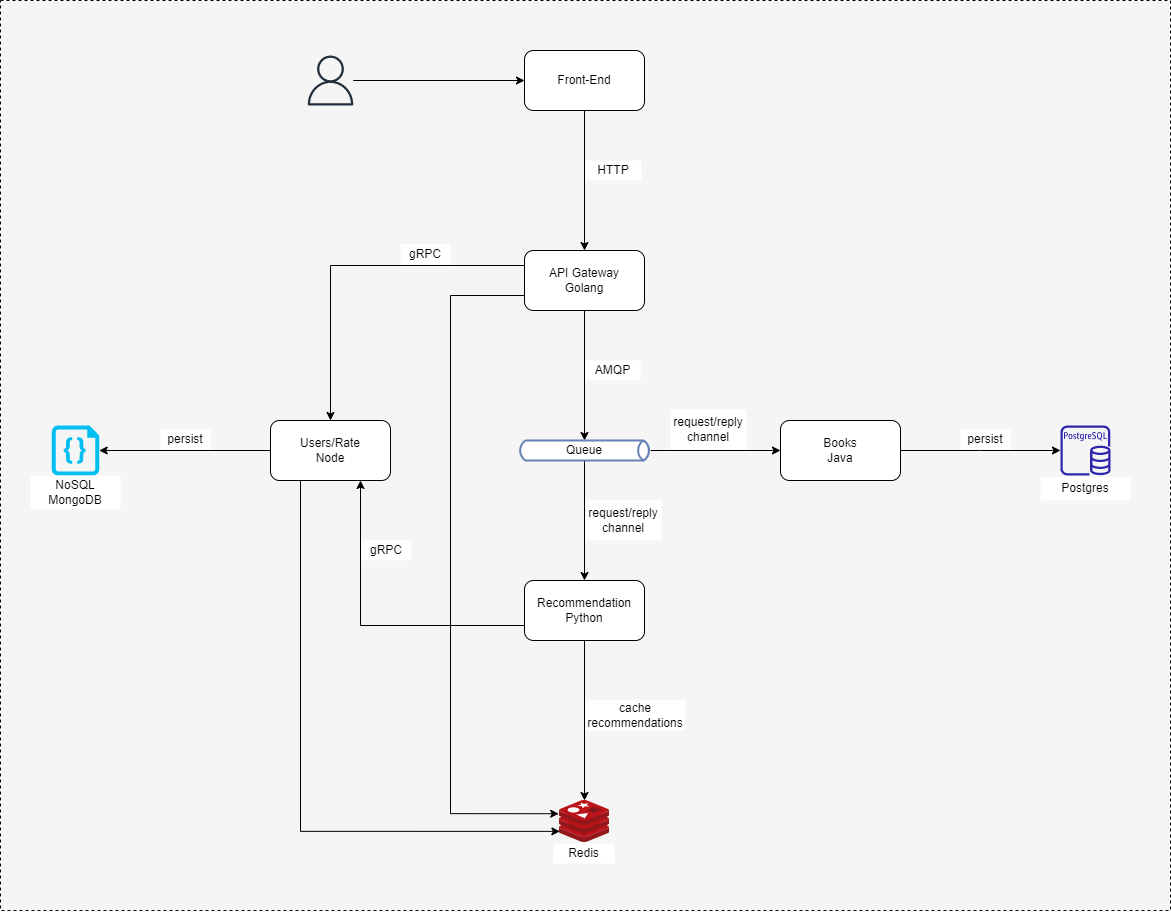
juliocesarscheidt/book-recommendations-v2 keeps this draw.io diagram as architecture/book-recommendations.drawio.png. Above is the earlier version. Source tidied: cells renumbered, new cells last; positions are measured from the earlier drawing's top-left corner, leaving out a move shared by most shapes. Source of this version:
```xml
<mxGraphModel>
  <root>
    <mxCell id="0" />
    <mxCell id="1" parent="0" />
    <mxCell id="2" style="rounded=0;whiteSpace=wrap;html=1;fillColor=#f5f5f5;fontColor=#333333;strokeColor=#000000;dashed=1;" parent="1" vertex="1">
      <mxGeometry width="1170" height="910" as="geometry" />
    </mxCell>
    <mxCell id="3" style="edgeStyle=orthogonalEdgeStyle;rounded=0;jettySize=auto;html=1;entryX=0.5;entryY=0;entryDx=0;entryDy=0;exitX=0;exitY=0.25;exitDx=0;exitDy=0;" parent="1" edge="1" source="6" target="9">
      <mxGeometry relative="1" as="geometry">
        <Array as="points">
          <mxPoint x="330" y="265" />
        </Array>
      </mxGeometry>
    </mxCell>
    <mxCell id="4" style="edgeStyle=orthogonalEdgeStyle;rounded=0;jettySize=auto;html=1;entryX=0.5;entryY=0;entryDx=0;entryDy=0;" parent="1" edge="1" source="6" target="18">
      <mxGeometry relative="1" as="geometry" />
    </mxCell>
    <mxCell id="5" style="edgeStyle=orthogonalEdgeStyle;rounded=0;jettySize=auto;html=1;exitX=0;exitY=0.75;exitDx=0;exitDy=0;entryX=-0.016;entryY=0.315;entryDx=0;entryDy=0;entryPerimeter=0;" parent="1" edge="1" source="6" target="21">
      <mxGeometry relative="1" as="geometry">
        <Array as="points">
          <mxPoint x="450" y="295" />
          <mxPoint x="450" y="813" />
        </Array>
      </mxGeometry>
    </mxCell>
    <mxCell id="6" value="API Gateway&lt;br&gt;Golang" style="rounded=1;whiteSpace=wrap;html=1;" parent="1" vertex="1">
      <mxGeometry x="524" y="250" width="120" height="60" as="geometry" />
    </mxCell>
    <mxCell id="7" style="edgeStyle=orthogonalEdgeStyle;rounded=0;jettySize=auto;html=1;entryX=1;entryY=0.5;entryDx=0;entryDy=0;entryPerimeter=0;" parent="1" edge="1" source="9" target="24">
      <mxGeometry relative="1" as="geometry" />
    </mxCell>
    <mxCell id="8" style="edgeStyle=orthogonalEdgeStyle;rounded=0;jettySize=auto;html=1;exitX=0.25;exitY=1;exitDx=0;exitDy=0;entryX=0.007;entryY=0.735;entryDx=0;entryDy=0;entryPerimeter=0;" parent="1" edge="1" source="9" target="21">
      <mxGeometry relative="1" as="geometry">
        <Array as="points">
          <mxPoint x="300" y="831" />
        </Array>
      </mxGeometry>
    </mxCell>
    <mxCell id="9" value="Users/Rate&lt;br&gt;Node" style="rounded=1;whiteSpace=wrap;html=1;" parent="1" vertex="1">
      <mxGeometry x="270" y="420" width="120" height="60" as="geometry" />
    </mxCell>
    <mxCell id="10" style="edgeStyle=orthogonalEdgeStyle;rounded=0;jettySize=auto;html=1;" parent="1" edge="1" source="11" target="28">
      <mxGeometry relative="1" as="geometry" />
    </mxCell>
    <mxCell id="11" value="Books&lt;br&gt;Java" style="rounded=1;whiteSpace=wrap;html=1;" parent="1" vertex="1">
      <mxGeometry x="780" y="420" width="120" height="60" as="geometry" />
    </mxCell>
    <mxCell id="12" style="edgeStyle=orthogonalEdgeStyle;rounded=0;jettySize=auto;html=1;" parent="1" edge="1" source="14" target="21">
      <mxGeometry relative="1" as="geometry" />
    </mxCell>
    <mxCell id="13" style="edgeStyle=orthogonalEdgeStyle;rounded=0;jettySize=auto;html=1;exitX=0;exitY=0.75;exitDx=0;exitDy=0;entryX=0.75;entryY=1;entryDx=0;entryDy=0;" parent="1" edge="1" source="14" target="9">
      <mxGeometry relative="1" as="geometry">
        <Array as="points">
          <mxPoint x="360" y="625" />
        </Array>
      </mxGeometry>
    </mxCell>
    <mxCell id="14" value="Recommendation&lt;br&gt;Python" style="rounded=1;whiteSpace=wrap;html=1;" parent="1" vertex="1">
      <mxGeometry x="524" y="580" width="120" height="60" as="geometry" />
    </mxCell>
    <mxCell id="15" style="edgeStyle=orthogonalEdgeStyle;rounded=0;jettySize=auto;html=1;entryX=0.5;entryY=0;entryDx=0;entryDy=0;" parent="1" edge="1" source="17" target="14">
      <mxGeometry relative="1" as="geometry" />
    </mxCell>
    <mxCell id="16" style="edgeStyle=orthogonalEdgeStyle;rounded=0;jettySize=auto;html=1;exitX=0.993;exitY=0.5;exitDx=0;exitDy=0;exitPerimeter=0;" parent="1" edge="1" source="17" target="11">
      <mxGeometry relative="1" as="geometry" />
    </mxCell>
    <mxCell id="17" style="html=1;outlineConnect=0;fillColor=#FFFFFF;strokeColor=#6881B3;gradientColor=none;gradientDirection=north;strokeWidth=2;shape=mxgraph.networks.bus;gradientColor=none;gradientDirection=north;fontColor=#ffffff;perimeter=backbonePerimeter;backboneSize=20;" parent="1" vertex="1">
      <mxGeometry x="517" y="415" width="134" height="70" as="geometry" />
    </mxCell>
    <mxCell id="18" value="Queue" style="text;html=1;strokeColor=none;fillColor=none;align=center;verticalAlign=middle;whiteSpace=wrap;rounded=0;" parent="1" vertex="1">
      <mxGeometry x="539" y="440" width="90" height="20" as="geometry" />
    </mxCell>
    <mxCell id="19" value="persist" style="text;html=1;strokeColor=none;fillColor=#FFFFFF;align=center;verticalAlign=middle;whiteSpace=wrap;rounded=0;" parent="1" vertex="1">
      <mxGeometry x="160" y="429" width="50" height="20" as="geometry" />
    </mxCell>
    <mxCell id="20" value="AMQP" style="text;html=1;strokeColor=none;fillColor=#FFFFFF;align=center;verticalAlign=middle;whiteSpace=wrap;rounded=0;" parent="1" vertex="1">
      <mxGeometry x="585" y="360" width="55" height="20" as="geometry" />
    </mxCell>
    <mxCell id="21" style="sketch=0;html=1;points=[];align=center;image;fontSize=12;image=img/lib/mscae/Cache_Redis_Product.svg;fillColor=default;" parent="1" vertex="1">
      <mxGeometry x="559" y="800" width="50" height="42" as="geometry" />
    </mxCell>
    <mxCell id="22" value="cache recommendations" style="text;html=1;strokeColor=none;fillColor=default;align=center;verticalAlign=middle;whiteSpace=wrap;rounded=0;" parent="1" vertex="1">
      <mxGeometry x="585" y="700" width="100" height="30" as="geometry" />
    </mxCell>
    <mxCell id="23" value="Redis" style="text;html=1;strokeColor=none;fillColor=default;align=center;verticalAlign=middle;whiteSpace=wrap;rounded=0;" parent="1" vertex="1">
      <mxGeometry x="553" y="843" width="61" height="20" as="geometry" />
    </mxCell>
    <mxCell id="24" style="verticalLabelPosition=bottom;html=1;verticalAlign=top;align=center;strokeColor=none;fillColor=#00BEF2;shape=mxgraph.azure.code_file;" parent="1" vertex="1">
      <mxGeometry x="51.2" y="425" width="47.5" height="50" as="geometry" />
    </mxCell>
    <mxCell id="25" value="NoSQL MongoDB" style="text;html=1;strokeColor=none;fillColor=default;align=center;verticalAlign=middle;whiteSpace=wrap;rounded=0;" parent="1" vertex="1">
      <mxGeometry x="30" y="475" width="90" height="33.5" as="geometry" />
    </mxCell>
    <mxCell id="26" value="persist" style="text;html=1;strokeColor=none;fillColor=#FFFFFF;align=center;verticalAlign=middle;whiteSpace=wrap;rounded=0;" parent="1" vertex="1">
      <mxGeometry x="960" y="429" width="50" height="20" as="geometry" />
    </mxCell>
    <mxCell id="27" value="gRPC" style="text;html=1;strokeColor=none;fillColor=#FFFFFF;align=center;verticalAlign=middle;whiteSpace=wrap;rounded=0;" parent="1" vertex="1">
      <mxGeometry x="400" y="244" width="50" height="20" as="geometry" />
    </mxCell>
    <mxCell id="28" style="sketch=0;outlineConnect=0;fontColor=#232F3E;gradientColor=none;fillColor=#2E27AD;strokeColor=none;dashed=0;verticalLabelPosition=bottom;verticalAlign=top;align=center;html=1;fontSize=12;fontStyle=0;shape=mxgraph.aws4.rds_postgresql_instance;" parent="1" vertex="1">
      <mxGeometry x="1060" y="425" width="50" height="50" as="geometry" />
    </mxCell>
    <mxCell id="29" value="Postgres" style="text;html=1;strokeColor=none;fillColor=default;align=center;verticalAlign=middle;whiteSpace=wrap;rounded=0;" parent="1" vertex="1">
      <mxGeometry x="1040" y="476.5" width="90" height="23.5" as="geometry" />
    </mxCell>
    <mxCell id="30" value="&lt;div&gt;gRPC&lt;/div&gt;" style="text;html=1;strokeColor=none;fillColor=#FFFFFF;align=center;verticalAlign=middle;whiteSpace=wrap;rounded=0;" parent="1" vertex="1">
      <mxGeometry x="361" y="540" width="50" height="20" as="geometry" />
    </mxCell>
    <mxCell id="31" style="edgeStyle=orthogonalEdgeStyle;rounded=0;jettySize=auto;html=1;entryX=0.5;entryY=0;entryDx=0;entryDy=0;" parent="1" edge="1" source="32" target="6">
      <mxGeometry relative="1" as="geometry" />
    </mxCell>
    <mxCell id="32" value="Front-End" style="rounded=1;whiteSpace=wrap;html=1;" parent="1" vertex="1">
      <mxGeometry x="524" y="50" width="120" height="60" as="geometry" />
    </mxCell>
    <mxCell id="33" value="HTTP" style="text;html=1;strokeColor=none;fillColor=#FFFFFF;align=center;verticalAlign=middle;whiteSpace=wrap;rounded=0;" parent="1" vertex="1">
      <mxGeometry x="585" y="160" width="56" height="20" as="geometry" />
    </mxCell>
    <mxCell id="34" value="request/reply&lt;br&gt;channel" style="text;html=1;strokeColor=none;fillColor=#FFFFFF;align=center;verticalAlign=middle;whiteSpace=wrap;rounded=0;" parent="1" vertex="1">
      <mxGeometry x="585" y="500" width="76" height="40" as="geometry" />
    </mxCell>
    <mxCell id="35" value="request/reply&lt;br&gt;channel" style="text;html=1;strokeColor=none;fillColor=#FFFFFF;align=center;verticalAlign=middle;whiteSpace=wrap;rounded=0;" parent="1" vertex="1">
      <mxGeometry x="670" y="409" width="76" height="40" as="geometry" />
    </mxCell>
    <mxCell id="36" style="edgeStyle=orthogonalEdgeStyle;rounded=0;jettySize=auto;html=1;" parent="1" edge="1" source="37" target="32">
      <mxGeometry relative="1" as="geometry" />
    </mxCell>
    <mxCell id="37" style="sketch=0;outlineConnect=0;fontColor=#232F3E;gradientColor=none;fillColor=#232F3D;strokeColor=none;dashed=0;verticalLabelPosition=bottom;verticalAlign=top;align=center;html=1;fontSize=12;fontStyle=0;shape=mxgraph.aws4.user;" parent="1" vertex="1">
      <mxGeometry x="305" y="55" width="50" height="50" as="geometry" />
    </mxCell>
  </root>
</mxGraphModel>
```
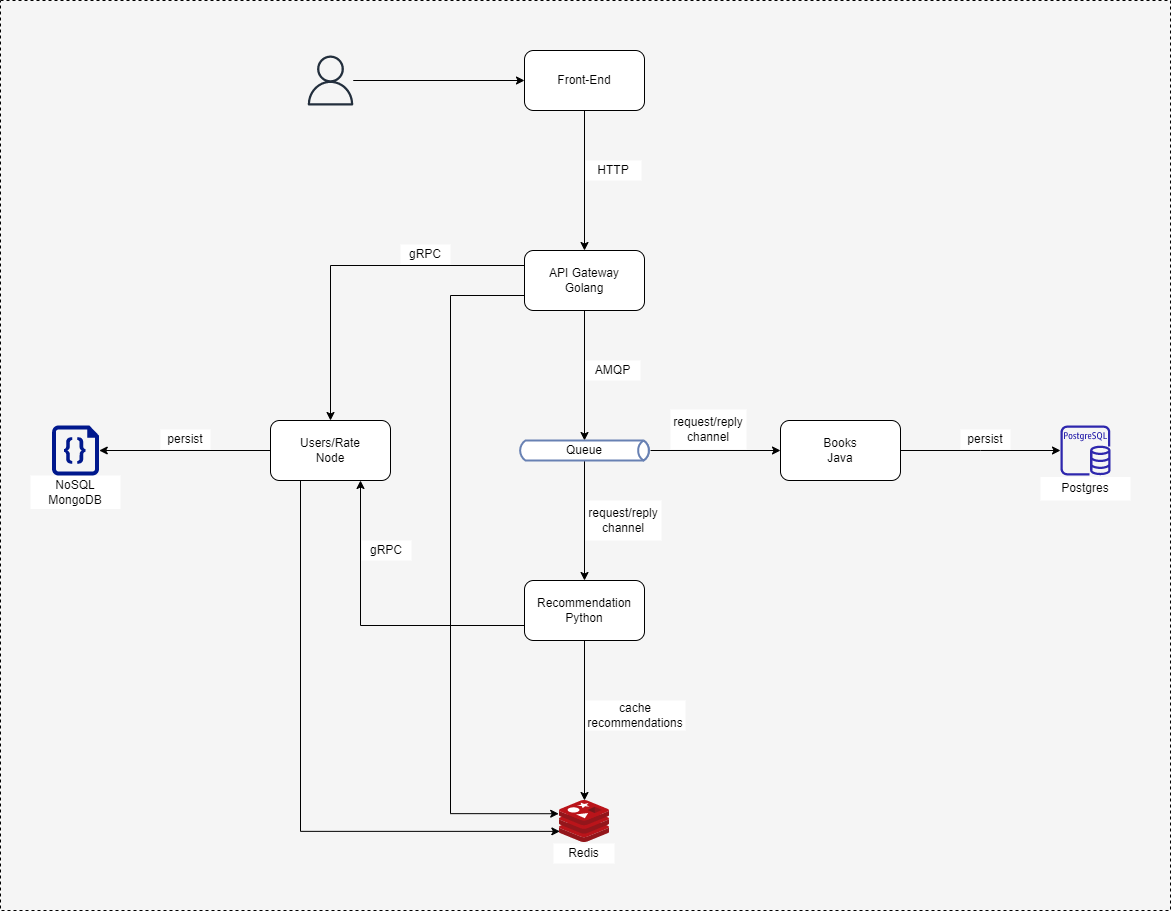
After the commit.

Diff of the diagram source:
```diff
@@ -26,8 +26,10 @@
     <mxCell id="6" value="API Gateway&lt;br&gt;Golang" style="rounded=1;whiteSpace=wrap;html=1;" parent="1" vertex="1">
       <mxGeometry x="524" y="250" width="120" height="60" as="geometry" />
     </mxCell>
-    <mxCell id="7" style="edgeStyle=orthogonalEdgeStyle;rounded=0;jettySize=auto;html=1;entryX=1;entryY=0.5;entryDx=0;entryDy=0;entryPerimeter=0;" parent="1" edge="1" source="9" target="24">
-      <mxGeometry relative="1" as="geometry" />
+    <mxCell id="7" style="edgeStyle=orthogonalEdgeStyle;rounded=0;jettySize=auto;html=1;entryX=1;entryY=0.5;entryDx=0;entryDy=0;entryPerimeter=0;" parent="1" edge="1" source="9">
+      <mxGeometry relative="1" as="geometry">
+        <mxPoint x="98.8" y="450" as="targetPoint" />
+      </mxGeometry>
     </mxCell>
     <mxCell id="8" style="edgeStyle=orthogonalEdgeStyle;rounded=0;jettySize=auto;html=1;exitX=0.25;exitY=1;exitDx=0;exitDy=0;entryX=0.007;entryY=0.735;entryDx=0;entryDy=0;entryPerimeter=0;" parent="1" edge="1" source="9" target="21">
       <mxGeometry relative="1" as="geometry">
@@ -85,9 +87,6 @@
     <mxCell id="23" value="Redis" style="text;html=1;strokeColor=none;fillColor=default;align=center;verticalAlign=middle;whiteSpace=wrap;rounded=0;" parent="1" vertex="1">
       <mxGeometry x="553" y="843" width="61" height="20" as="geometry" />
     </mxCell>
-    <mxCell id="24" style="verticalLabelPosition=bottom;html=1;verticalAlign=top;align=center;strokeColor=none;fillColor=#00BEF2;shape=mxgraph.azure.code_file;" parent="1" vertex="1">
-      <mxGeometry x="51.2" y="425" width="47.5" height="50" as="geometry" />
-    </mxCell>
     <mxCell id="25" value="NoSQL MongoDB" style="text;html=1;strokeColor=none;fillColor=default;align=center;verticalAlign=middle;whiteSpace=wrap;rounded=0;" parent="1" vertex="1">
       <mxGeometry x="30" y="475" width="90" height="33.5" as="geometry" />
     </mxCell>
@@ -127,5 +126,8 @@
     <mxCell id="37" style="sketch=0;outlineConnect=0;fontColor=#232F3E;gradientColor=none;fillColor=#232F3D;strokeColor=none;dashed=0;verticalLabelPosition=bottom;verticalAlign=top;align=center;html=1;fontSize=12;fontStyle=0;shape=mxgraph.aws4.user;" parent="1" vertex="1">
       <mxGeometry x="305" y="55" width="50" height="50" as="geometry" />
     </mxCell>
+    <mxCell id="38" style="sketch=0;shadow=0;dashed=0;html=1;strokeColor=none;labelPosition=center;verticalLabelPosition=bottom;verticalAlign=top;align=center;fillColor=#00188D;shape=mxgraph.azure.code_file;" parent="1" vertex="1">
+      <mxGeometry x="51.5" y="425" width="47" height="50" as="geometry" />
+    </mxCell>
   </root>
 </mxGraphModel>
```
